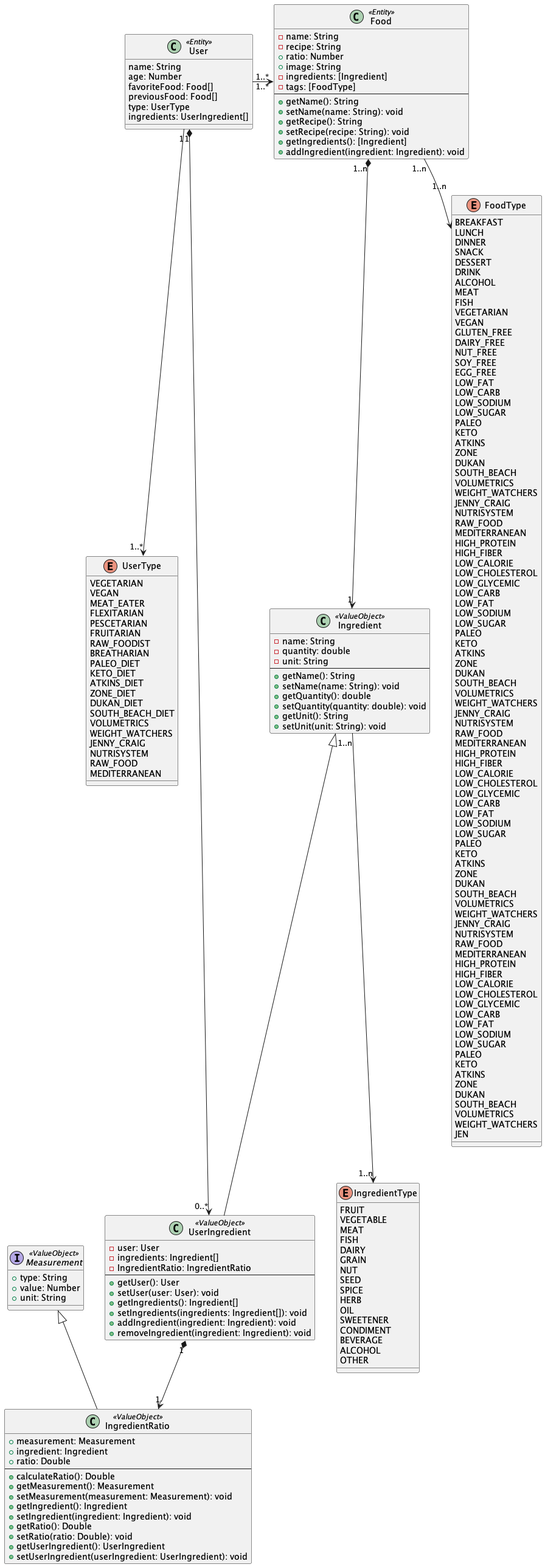
This is architecture-planning/Class-Diagram.png from cihat/kokki, a PlantUML export, as it was before one commit.
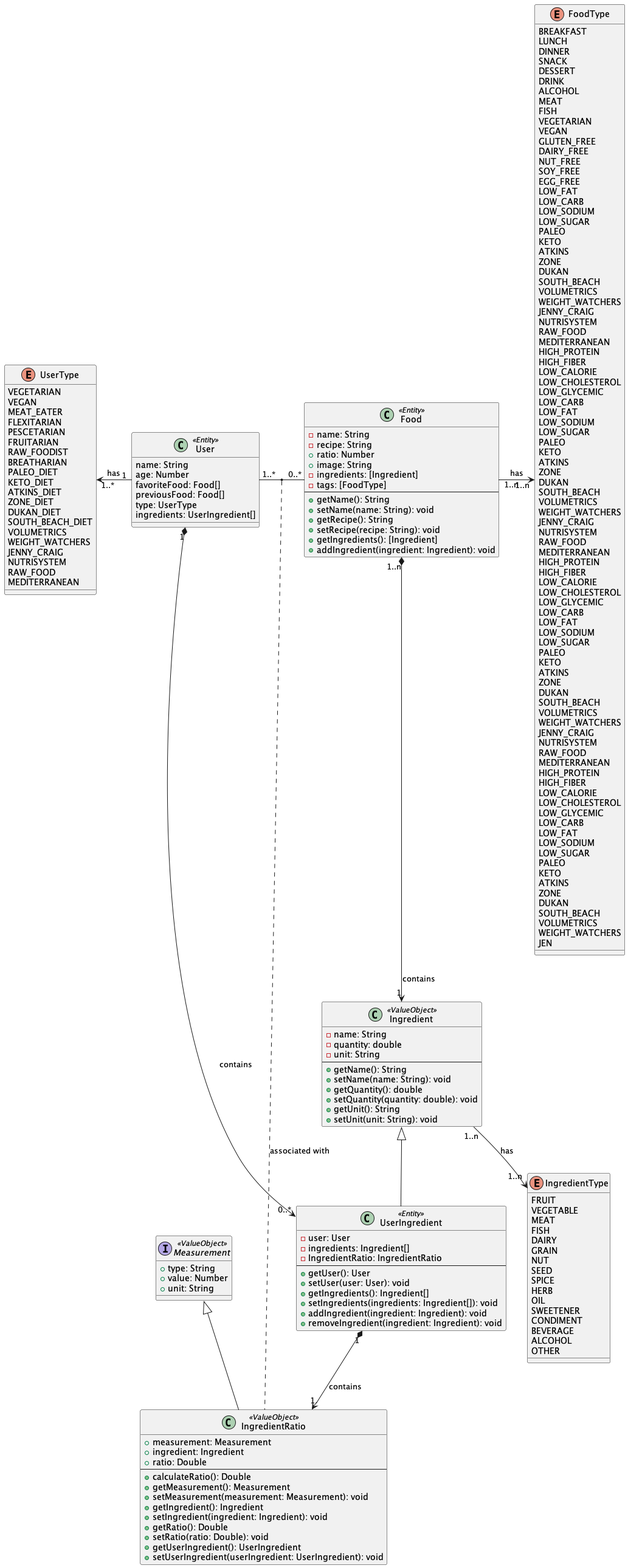
The same diagram one commit later.

Commit message:
Update `UML Diagram` with plantUML

Change to the diagram source:
```diff
@@ -1,4 +1,4 @@
-@startuml "Class Diagram"
+@startuml "Class-Diagram"
 
 enum UserType {
   VEGETARIAN
@@ -168,7 +168,7 @@
   ingredients: UserIngredient[]
 }
 
-class UserIngredient <<ValueObject>> {
+class UserIngredient <<Entity>> {
   - user: User
   - ingredients: Ingredient[]
   - IngredientRatio: IngredientRatio
@@ -210,16 +210,20 @@
   + addIngredient(ingredient: Ingredient): void
 }
 
-Food "1..n" *--> "1" Ingredient
-Food "1..n" --> "1..n" FoodType
-Ingredient "1..n" --> "1..n" IngredientType
+Food "1..n" *--> "1" Ingredient : contains
 
-User "1..*" -> "1..*" Food
+Food "1..n" -right-> "1..n" FoodType: has
+Ingredient "1..n" --> "1..n" IngredientType: has
+User "1" -left-> "1..*" UserType: has
 
-User "1" *--> "0..*" UserIngredient
-User "1" --> "1..*" UserType
+User "1..*" - "0..*" Food
+(User, Food) . IngredientRatio : associated with
+
+User "1" *--> "0..*" UserIngredient: contains
+
 UserIngredient -up-|> Ingredient
-UserIngredient "1" *--> "1" IngredientRatio
+
+UserIngredient "1" *--> "1" IngredientRatio : contains
 
 IngredientRatio -up-|> Measurement
 
```
